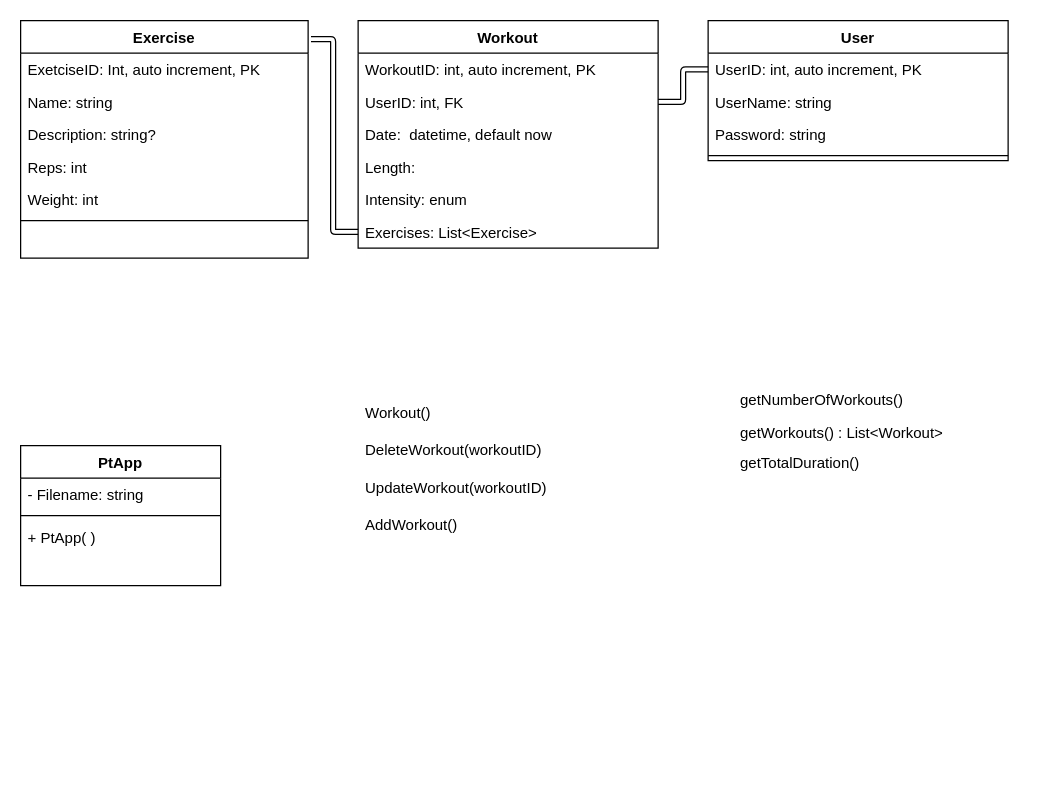
This is Drawio/klassdiagram.drawio from ispyspiders/projekt, a draw.io file, before an edit. Source tidied: cells renumbered, new cells numbered last; positions are measured from the earlier drawing's top-left corner, leaving out a move shared by most shapes. Both pictures are drawn from the tidied source at 125%, with x=0, y=0 at pixel (20, 20).
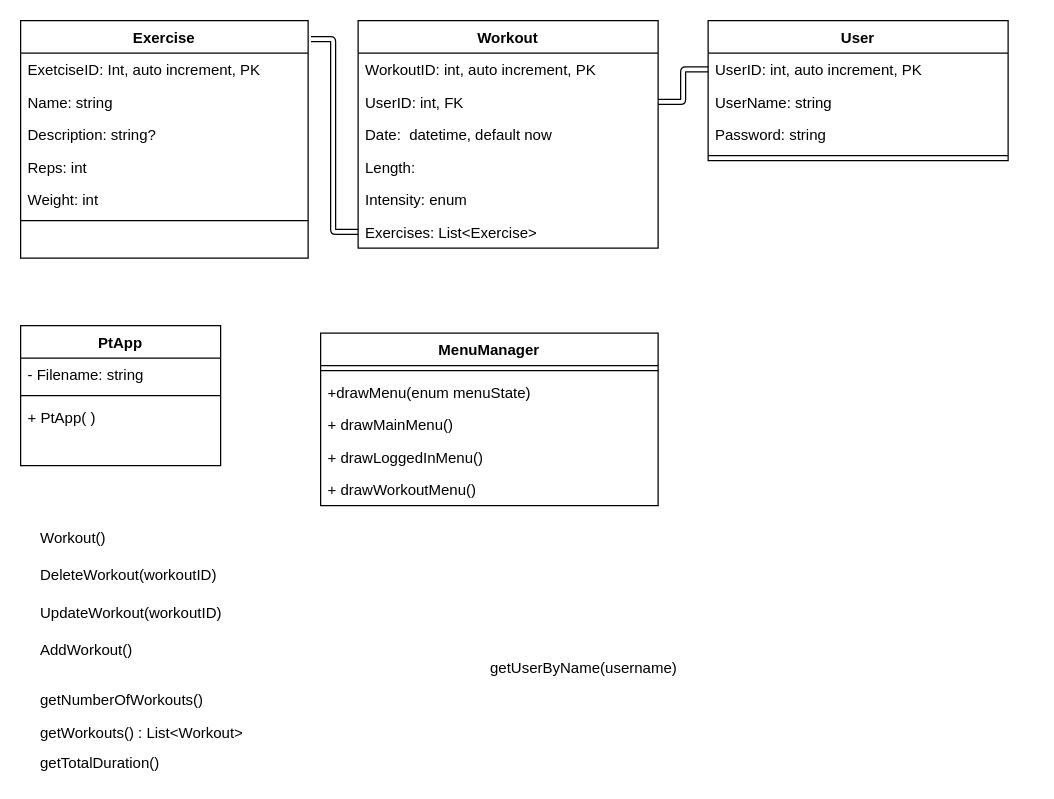
After the change.

Commit message (it also covers changes not shown here):
Uppdatering i db och klassdiagram

The edit, as a diff of the source:
```diff
@@
     <mxCell id="24" value="PtApp" style="swimlane;fontStyle=1;align=center;verticalAlign=top;horizontal=1;startSize=26;" parent="1" vertex="1">
-      <mxGeometry y="340" width="160" height="112" as="geometry" />
+      <mxGeometry y="244" width="160" height="112" as="geometry" />
     </mxCell>
@@
     <mxCell id="29" value="getWorkouts() : List&lt;Workout&gt;" style="text;strokeColor=none;fillColor=none;align=left;verticalAlign=top;spacingLeft=4;spacingRight=4;overflow=hidden;" parent="1" vertex="1">
-      <mxGeometry x="570" y="316" width="240" height="26" as="geometry" />
+      <mxGeometry x="10" y="556" width="240" height="26" as="geometry" />
     </mxCell>
     <mxCell id="30" value="getNumberOfWorkouts()" style="text;strokeColor=none;fillColor=none;align=left;verticalAlign=top;spacingLeft=4;spacingRight=4;overflow=hidden;" parent="1" vertex="1">
-      <mxGeometry x="570" y="290" width="240" height="26" as="geometry" />
+      <mxGeometry x="10" y="530" width="240" height="26" as="geometry" />
     </mxCell>
     <mxCell id="31" value="getTotalDuration()" style="text;strokeColor=none;fillColor=none;align=left;verticalAlign=top;spacingLeft=4;spacingRight=4;overflow=hidden;" parent="1" vertex="1">
-      <mxGeometry x="570" y="340" width="240" height="26" as="geometry" />
+      <mxGeometry x="10" y="580" width="240" height="26" as="geometry" />
     </mxCell>
     <mxCell id="32" value="AddWorkout()" style="text;strokeColor=none;fillColor=none;align=left;verticalAlign=top;spacingLeft=4;spacingRight=4;overflow=hidden;" parent="1" vertex="1">
-      <mxGeometry x="270" y="390" width="240" height="26" as="geometry" />
+      <mxGeometry x="10" y="490" width="240" height="26" as="geometry" />
     </mxCell>
     <mxCell id="33" value="UpdateWorkout(workoutID)" style="text;strokeColor=none;fillColor=none;align=left;verticalAlign=top;spacingLeft=4;spacingRight=4;overflow=hidden;" parent="1" vertex="1">
-      <mxGeometry x="270" y="360" width="240" height="28" as="geometry" />
+      <mxGeometry x="10" y="460" width="240" height="28" as="geometry" />
     </mxCell>
     <mxCell id="34" value="DeleteWorkout(workoutID)" style="text;strokeColor=none;fillColor=none;align=left;verticalAlign=top;spacingLeft=4;spacingRight=4;overflow=hidden;" parent="1" vertex="1">
-      <mxGeometry x="270" y="330" width="240" height="26" as="geometry" />
+      <mxGeometry x="10" y="430" width="240" height="26" as="geometry" />
     </mxCell>
     <mxCell id="35" value="Workout()" style="text;strokeColor=none;fillColor=none;align=left;verticalAlign=top;spacingLeft=4;spacingRight=4;overflow=hidden;" parent="1" vertex="1">
-      <mxGeometry x="270" y="300" width="240" height="26" as="geometry" />
+      <mxGeometry x="10" y="400" width="240" height="26" as="geometry" />
     </mxCell>
+    <mxCell id="36" value="MenuManager" style="swimlane;fontStyle=1;align=center;verticalAlign=top;horizontal=1;startSize=26;" parent="1" vertex="1">
+      <mxGeometry x="240" y="250" width="270" height="138" as="geometry" />
+    </mxCell>
+    <mxCell id="37" style="line;strokeWidth=1;fillColor=none;align=left;verticalAlign=middle;spacingTop=-1;spacingLeft=3;spacingRight=3;labelPosition=right;strokeColor=inherit;" parent="36" vertex="1">
+      <mxGeometry y="26" width="270" height="8" as="geometry" />
+    </mxCell>
+    <mxCell id="38" value="+drawMenu(enum menuState)" style="text;strokeColor=none;fillColor=none;align=left;verticalAlign=top;spacingLeft=4;spacingRight=4;overflow=hidden;" parent="36" vertex="1">
+      <mxGeometry y="34" width="270" height="26" as="geometry" />
+    </mxCell>
+    <mxCell id="39" value="+ drawMainMenu()" style="text;strokeColor=none;fillColor=none;align=left;verticalAlign=top;spacingLeft=4;spacingRight=4;overflow=hidden;" parent="36" vertex="1">
+      <mxGeometry y="60" width="270" height="26" as="geometry" />
+    </mxCell>
+    <mxCell id="40" value="+ drawLoggedInMenu()" style="text;strokeColor=none;fillColor=none;align=left;verticalAlign=top;spacingLeft=4;spacingRight=4;overflow=hidden;" parent="36" vertex="1">
+      <mxGeometry y="86" width="270" height="26" as="geometry" />
+    </mxCell>
+    <mxCell id="41" value="+ drawWorkoutMenu()" style="text;strokeColor=none;fillColor=none;align=left;verticalAlign=top;spacingLeft=4;spacingRight=4;overflow=hidden;" parent="36" vertex="1">
+      <mxGeometry y="112" width="270" height="26" as="geometry" />
+    </mxCell>
+    <mxCell id="42" value="getUserByName(username)" style="text;strokeColor=none;fillColor=none;align=left;verticalAlign=top;spacingLeft=4;spacingRight=4;overflow=hidden;" parent="1" vertex="1">
+      <mxGeometry x="370" y="504" width="240" height="26" as="geometry" />
+    </mxCell>
```
